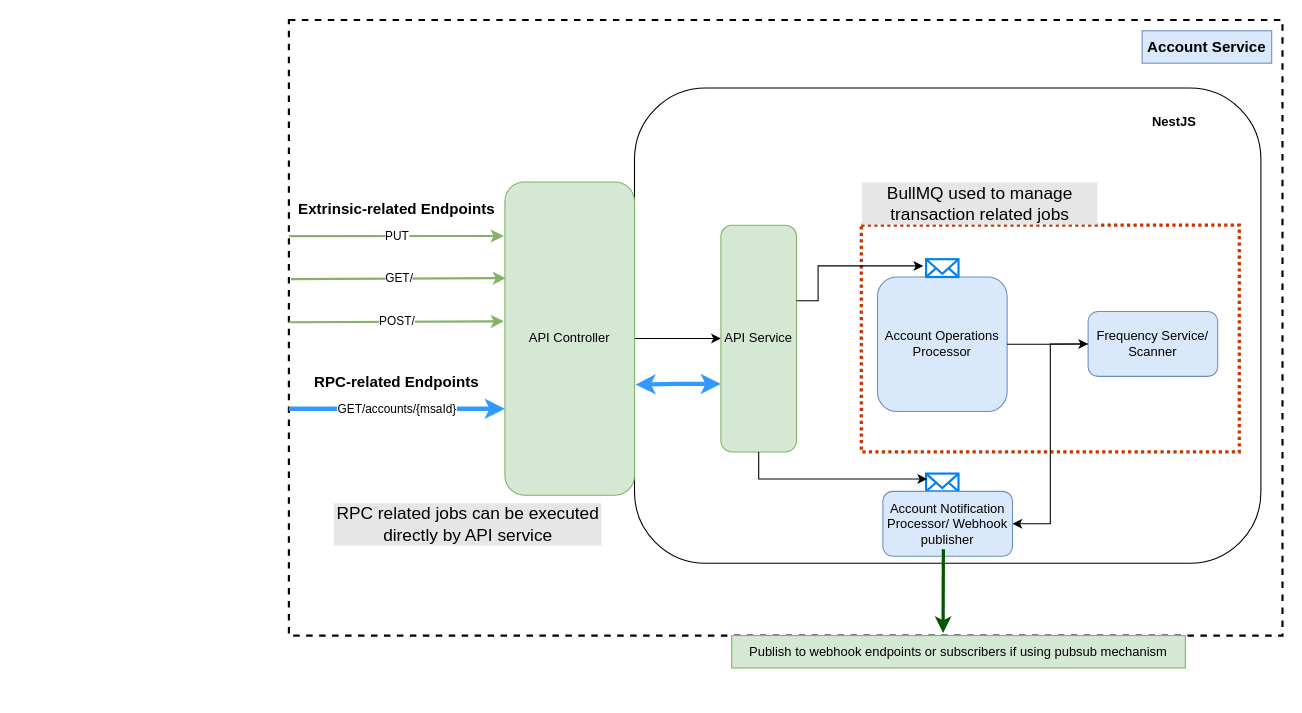
Earlier version of the draw.io diagram docs/account_service_arch.drawio (AmplicaLabs/account-service). Source tidied: cells renumbered, new cells numbered last; positions are measured from the earlier drawing's top-left corner, leaving out a move shared by most shapes. Both pictures are drawn from the tidied source at 108%, with x=0, y=0 at pixel (288, 19).
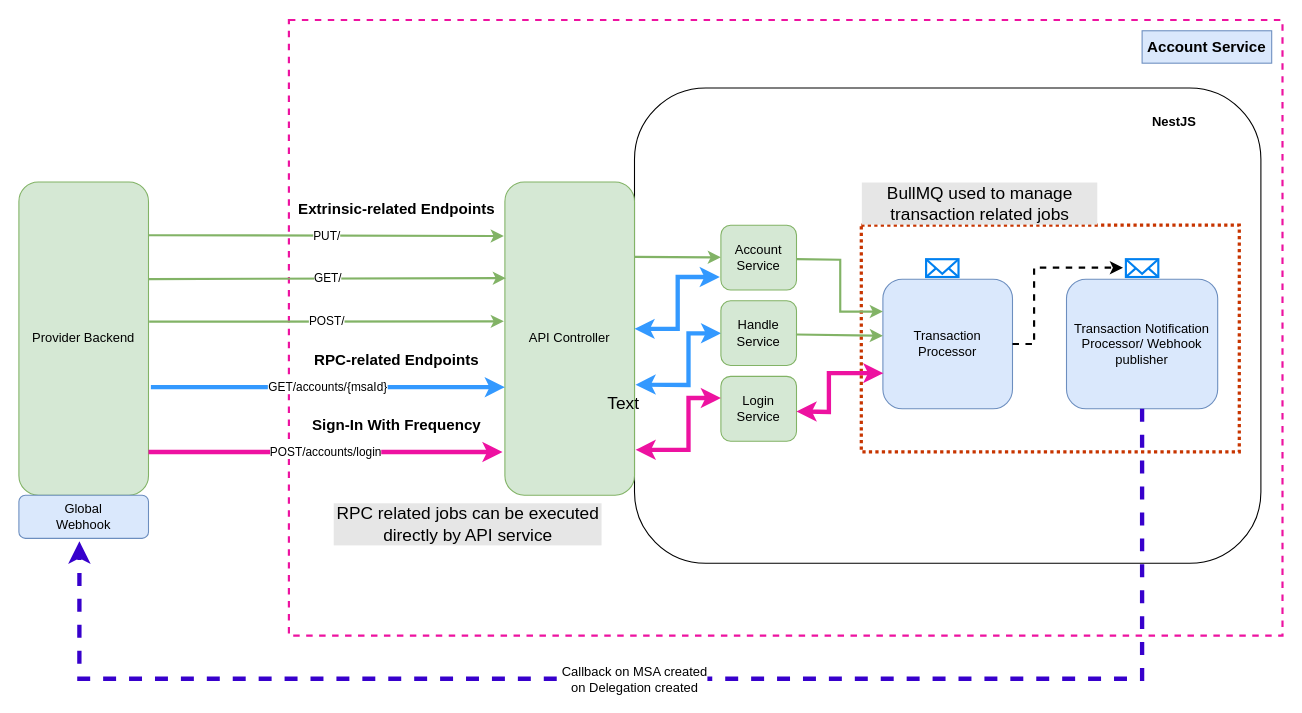
After the change.

Commit message (it also covers changes not shown here):
Update dependencies, add new DTOs and API endpoints, and fix tests and build error

Unchanged cells that the change refers to:
```xml
<mxCell id="9" value="API Controller" style="rounded=1;whiteSpace=wrap;html=1;fillColor=#d5e8d4;strokeColor=#82b366;" parent="1" vertex="1">
  <mxGeometry x="200" y="150" width="120" height="290" as="geometry" />
</mxCell>
<mxCell id="17" style="html=1;verticalLabelPosition=bottom;align=center;labelBackgroundColor=#ffffff;verticalAlign=top;strokeWidth=2;strokeColor=#0080F0;shadow=0;dashed=0;shape=mxgraph.ios7.icons.mail;" parent="1" vertex="1">
  <mxGeometry x="590" y="221.5" width="30" height="16.5" as="geometry" />
</mxCell>
```

What changed in the source:
```diff
@@
+    <mxCell id="3" style="rounded=1;whiteSpace=wrap;html=1;fillColor=none;" parent="1" vertex="1">
+      <mxGeometry x="320" y="63" width="580" height="440" as="geometry" />
+    </mxCell>
-    <mxCell id="2" style="whiteSpace=wrap;html=1;fillColor=none;dashed=1;strokeWidth=2;imageAspect=0;" parent="1" vertex="1">
+    <mxCell id="2" style="whiteSpace=wrap;html=1;fillColor=none;dashed=1;strokeWidth=2;imageAspect=0;strokeColor=#ed12a0;" parent="1" vertex="1">
       <mxGeometry width="920" height="570" as="geometry" />
     </mxCell>
-    <mxCell id="3" style="rounded=1;whiteSpace=wrap;html=1;fillColor=none;" parent="1" vertex="1">
-      <mxGeometry x="320" y="63" width="580" height="440" as="geometry" />
-    </mxCell>
@@
-    <mxCell id="5" value="Account Operations Processor" style="rounded=1;whiteSpace=wrap;html=1;fillColor=#dae8fc;strokeColor=#6c8ebf;" parent="1" vertex="1">
-      <mxGeometry x="545" y="238" width="120" height="124.5" as="geometry" />
+    <mxCell id="5" value="Transaction&lt;div&gt;Processor&lt;/div&gt;" style="rounded=1;whiteSpace=wrap;html=1;fillColor=#dae8fc;strokeColor=#6c8ebf;" parent="1" vertex="1">
+      <mxGeometry x="550" y="240" width="120" height="120" as="geometry" />
     </mxCell>
@@
-    <mxCell id="7" value="PUT" style="endArrow=classic;html=1;rounded=0;fillColor=#d5e8d4;strokeColor=#82b366;strokeWidth=2;exitX=0;exitY=0.351;exitDx=0;exitDy=0;exitPerimeter=0;" parent="1" edge="1" source="2">
+    <mxCell id="7" value="PUT/" style="endArrow=classic;html=1;rounded=0;fillColor=#d5e8d4;strokeColor=#82b366;strokeWidth=2;exitX=0.996;exitY=0.17;exitDx=0;exitDy=0;exitPerimeter=0;" parent="1" edge="1" source="30">
       <mxGeometry relative="1" as="geometry">
         <mxPoint x="199" y="200" as="targetPoint" />
       </mxGeometry>
     </mxCell>
-    <mxCell id="8" style="edgeStyle=orthogonalEdgeStyle;rounded=0;jettySize=auto;html=1;" parent="1" edge="1" source="9" target="14">
+    <mxCell id="8" style="rounded=0;jettySize=auto;html=1;exitX=0.992;exitY=0.239;exitDx=0;exitDy=0;exitPerimeter=0;strokeWidth=2;fillColor=#d5e8d4;strokeColor=#82b366;" parent="1" edge="1" source="9" target="14">
       <mxGeometry relative="1" as="geometry" />
     </mxCell>
@@
-    <mxCell id="10" value="GET/" style="endArrow=classic;html=1;rounded=0;entryX=0.008;entryY=0.307;entryDx=0;entryDy=0;fillColor=#d5e8d4;strokeColor=#82b366;strokeWidth=2;entryPerimeter=0;exitX=0.002;exitY=0.421;exitDx=0;exitDy=0;exitPerimeter=0;" parent="1" edge="1" source="2" target="9">
+    <mxCell id="10" value="GET/" style="endArrow=classic;html=1;rounded=0;entryX=0.008;entryY=0.307;entryDx=0;entryDy=0;fillColor=#d5e8d4;strokeColor=#82b366;strokeWidth=2;entryPerimeter=0;exitX=0.998;exitY=0.31;exitDx=0;exitDy=0;exitPerimeter=0;" parent="1" edge="1" source="30" target="9">
       <mxGeometry relative="1" as="geometry" />
     </mxCell>
-    <mxCell id="11" value="POST/" style="endArrow=classic;html=1;rounded=0;entryX=-0.008;entryY=0.445;entryDx=0;entryDy=0;fillColor=#d5e8d4;strokeColor=#82b366;strokeWidth=2;entryPerimeter=0;exitX=0;exitY=0.491;exitDx=0;exitDy=0;exitPerimeter=0;" parent="1" edge="1" source="2" target="9">
+    <mxCell id="11" value="POST/" style="endArrow=classic;html=1;rounded=0;entryX=-0.008;entryY=0.445;entryDx=0;entryDy=0;fillColor=#d5e8d4;strokeColor=#82b366;strokeWidth=2;entryPerimeter=0;exitX=1.005;exitY=0.446;exitDx=0;exitDy=0;exitPerimeter=0;" parent="1" edge="1" source="30" target="9">
       <mxGeometry relative="1" as="geometry" />
     </mxCell>
-    <mxCell id="12" style="edgeStyle=orthogonalEdgeStyle;rounded=0;jettySize=auto;html=1;entryX=1;entryY=0.5;entryDx=0;entryDy=0;" parent="1" edge="1" source="13" target="20">
-      <mxGeometry relative="1" as="geometry" />
-    </mxCell>
-    <mxCell id="13" value="Frequency Service/ Scanner" style="rounded=1;whiteSpace=wrap;html=1;fillColor=#dae8fc;strokeColor=#6c8ebf;" parent="1" vertex="1">
-      <mxGeometry x="740" y="270" width="120" height="60" as="geometry" />
-    </mxCell>
-    <mxCell id="14" value="API Service" style="rounded=1;whiteSpace=wrap;html=1;fillColor=#d5e8d4;strokeColor=#82b366;" parent="1" vertex="1">
-      <mxGeometry x="400" y="190" width="70" height="210" as="geometry" />
+    <mxCell id="14" value="Account&lt;div&gt;Service&lt;/div&gt;" style="rounded=1;whiteSpace=wrap;html=1;fillColor=#d5e8d4;strokeColor=#82b366;" parent="1" vertex="1">
+      <mxGeometry x="400" y="190" width="70" height="60" as="geometry" />
     </mxCell>
@@
-    <mxCell id="16" style="edgeStyle=orthogonalEdgeStyle;rounded=0;jettySize=auto;html=1;startArrow=classic;startFill=1;endArrow=none;endFill=0;exitX=-0.087;exitY=0.376;exitDx=0;exitDy=0;exitPerimeter=0;" parent="1" edge="1" source="17">
-      <mxGeometry relative="1" as="geometry">
-        <mxPoint x="470" y="260" as="targetPoint" />
-        <Array as="points">
-          <mxPoint x="490" y="228" />
-          <mxPoint x="490" y="260" />
-        </Array>
-      </mxGeometry>
-    </mxCell>
@@
-    <mxCell id="18" style="edgeStyle=orthogonalEdgeStyle;rounded=0;jettySize=auto;html=1;" parent="1" edge="1" source="5" target="13">
-      <mxGeometry relative="1" as="geometry" />
+    <mxCell id="18" style="edgeStyle=orthogonalEdgeStyle;rounded=0;jettySize=auto;html=1;entryX=-0.089;entryY=0.475;entryDx=0;entryDy=0;entryPerimeter=0;strokeWidth=2;dashed=1;" parent="1" edge="1" source="5" target="19">
+      <mxGeometry relative="1" as="geometry">
+        <Array as="points">
+          <mxPoint x="690" y="300" />
+          <mxPoint x="690" y="229" />
+        </Array>
+      </mxGeometry>
     </mxCell>
     <mxCell id="19" style="html=1;verticalLabelPosition=bottom;align=center;labelBackgroundColor=#ffffff;verticalAlign=top;strokeWidth=2;strokeColor=#0080F0;shadow=0;dashed=0;shape=mxgraph.ios7.icons.mail;" parent="1" vertex="1">
-      <mxGeometry x="590" y="420" width="30" height="16.5" as="geometry" />
+      <mxGeometry x="775" y="221.5" width="30" height="16.5" as="geometry" />
     </mxCell>
-    <mxCell id="20" value="Account Notification Processor/ Webhook publisher" style="rounded=1;whiteSpace=wrap;html=1;fillColor=#dae8fc;strokeColor=#6c8ebf;" parent="1" vertex="1">
-      <mxGeometry x="550" y="436.5" width="120" height="60" as="geometry" />
+    <mxCell id="20" value="Transaction Notification Processor/ Webhook publisher" style="rounded=1;whiteSpace=wrap;html=1;fillColor=#dae8fc;strokeColor=#6c8ebf;" parent="1" vertex="1">
+      <mxGeometry x="720" y="240" width="140" height="120" as="geometry" />
     </mxCell>
-    <mxCell id="21" style="endArrow=classic;html=1;rounded=0;exitX=0.568;exitY=-0.002;exitDx=0;exitDy=0;exitPerimeter=0;fillColor=#008a00;strokeColor=#005700;strokeWidth=3;entryX=0.466;entryY=-0.08;entryDx=0;entryDy=0;entryPerimeter=0;" parent="1" edge="1" target="22">
-      <mxGeometry relative="1" as="geometry">
-        <mxPoint x="606" y="490" as="sourcePoint" />
-      </mxGeometry>
-    </mxCell>
-    <mxCell id="22" value="Publish to webhook endpoints or subscribers if using pubsub mechanism" style="text;html=1;strokeColor=#82b366;fillColor=#d5e8d4;align=center;verticalAlign=middle;whiteSpace=wrap;rounded=0;" parent="1" vertex="1">
-      <mxGeometry x="410" y="570" width="420" height="30" as="geometry" />
-    </mxCell>
-    <mxCell id="23" style="edgeStyle=orthogonalEdgeStyle;rounded=0;jettySize=auto;html=1;entryX=0.033;entryY=0.303;entryDx=0;entryDy=0;entryPerimeter=0;exitX=0.5;exitY=1;exitDx=0;exitDy=0;" parent="1" edge="1" source="14" target="19">
-      <mxGeometry relative="1" as="geometry" />
-    </mxCell>
     <mxCell id="24" value="RPC-related Endpoints" style="text;html=1;strokeColor=none;fillColor=none;align=center;verticalAlign=middle;whiteSpace=wrap;rounded=0;fontSize=14;fontStyle=1;" parent="1" vertex="1">
-      <mxGeometry y="320" width="200" height="30" as="geometry" />
+      <mxGeometry y="300" width="200" height="30" as="geometry" />
     </mxCell>
-    <mxCell id="25" value="GET/accounts/{msaId}" style="endArrow=classic;html=1;rounded=0;entryX=-0.008;entryY=0.166;entryDx=0;entryDy=0;fillColor=#d5e8d4;strokeColor=#3399FF;strokeWidth=4;entryPerimeter=0;" parent="1" edge="1">
+    <mxCell id="25" value="GET/accounts/{msaId}" style="endArrow=classic;html=1;rounded=0;entryX=-0.008;entryY=0.166;entryDx=0;entryDy=0;fillColor=#d5e8d4;strokeColor=#3399FF;strokeWidth=4;entryPerimeter=0;exitX=1.018;exitY=0.724;exitDx=0;exitDy=0;exitPerimeter=0;" parent="1" edge="1">
       <mxGeometry relative="1" as="geometry">
-        <mxPoint y="360" as="sourcePoint" />
-        <mxPoint x="200" y="360" as="targetPoint" />
+        <mxPoint x="-127.8" y="340" as="sourcePoint" />
+        <mxPoint x="200" y="340" as="targetPoint" />
       </mxGeometry>
     </mxCell>
@@
-    <mxCell id="27" style="endArrow=classic;startArrow=classic;html=1;rounded=0;fillColor=#d5e8d4;strokeColor=#3399FF;strokeWidth=4;exitX=1.008;exitY=0.647;exitDx=0;exitDy=0;exitPerimeter=0;endFill=1;" parent="1" edge="1" source="9">
+    <mxCell id="27" style="endArrow=classic;startArrow=classic;html=1;rounded=0;fillColor=#d5e8d4;strokeColor=#3399FF;strokeWidth=4;exitX=1.008;exitY=0.647;exitDx=0;exitDy=0;exitPerimeter=0;endFill=1;entryX=0.435;entryY=0.509;entryDx=0;entryDy=0;entryPerimeter=0;edgeStyle=orthogonalEdgeStyle;" parent="1" edge="1" source="9" target="2">
       <mxGeometry relative="1" as="geometry">
-        <mxPoint x="400" y="337" as="targetPoint" />
         <Array as="points">
-          <mxPoint x="360" y="337" />
+          <mxPoint x="330" y="338" />
+          <mxPoint x="370" y="338" />
+          <mxPoint x="370" y="290" />
         </Array>
       </mxGeometry>
     </mxCell>
@@
+    <mxCell id="30" value="Provider Backend" style="rounded=1;whiteSpace=wrap;html=1;fillColor=#d5e8d4;strokeColor=#82b366;" parent="1" vertex="1">
+      <mxGeometry x="-250" y="150" width="120" height="290" as="geometry" />
+    </mxCell>
+    <mxCell id="31" style="endArrow=classic;html=1;rounded=0;fontSize=12;startSize=8;endSize=8;exitX=0.5;exitY=1;exitDx=0;exitDy=0;edgeStyle=orthogonalEdgeStyle;strokeWidth=4;fillColor=#6a00ff;strokeColor=#3700CC;dashed=1;entryX=0.467;entryY=1.069;entryDx=0;entryDy=0;entryPerimeter=0;" parent="1" edge="1" source="20" target="43">
+      <mxGeometry relative="1" as="geometry">
+        <Array as="points">
+          <mxPoint x="790" y="610" />
+          <mxPoint x="-194" y="610" />
+        </Array>
+      </mxGeometry>
+    </mxCell>
+    <mxCell id="32" value="Callback on MSA created&lt;div&gt;on Delegation created&lt;/div&gt;" style="edgeLabel;html=1;align=center;verticalAlign=middle;fontSize=12;" parent="31" vertex="1">
+      <mxGeometry x="0.06" relative="1" as="geometry" />
+    </mxCell>
+    <mxCell id="33" value="Handle&lt;div&gt;Service&lt;/div&gt;" style="rounded=1;whiteSpace=wrap;html=1;fillColor=#d5e8d4;strokeColor=#82b366;" parent="1" vertex="1">
+      <mxGeometry x="400" y="260" width="70" height="60" as="geometry" />
+    </mxCell>
+    <mxCell id="34" value="Login&lt;div&gt;Service&lt;/div&gt;" style="rounded=1;whiteSpace=wrap;html=1;fillColor=#d5e8d4;strokeColor=#82b366;" parent="1" vertex="1">
+      <mxGeometry x="400" y="330" width="70" height="60" as="geometry" />
+    </mxCell>
+    <mxCell id="35" style="endArrow=classic;startArrow=classic;html=1;rounded=0;fillColor=#d5e8d4;strokeColor=#3399FF;strokeWidth=4;exitX=1.008;exitY=0.647;exitDx=0;exitDy=0;exitPerimeter=0;endFill=1;entryX=0.435;entryY=0.509;entryDx=0;entryDy=0;entryPerimeter=0;edgeStyle=orthogonalEdgeStyle;" parent="1" edge="1">
+      <mxGeometry relative="1" as="geometry">
+        <mxPoint x="320" y="286" as="sourcePoint" />
+        <mxPoint x="399" y="238" as="targetPoint" />
+        <Array as="points">
+          <mxPoint x="360" y="286" />
+          <mxPoint x="360" y="238" />
+        </Array>
+      </mxGeometry>
+    </mxCell>
+    <mxCell id="36" style="rounded=0;jettySize=auto;html=1;exitX=0.992;exitY=0.239;exitDx=0;exitDy=0;exitPerimeter=0;strokeWidth=2;fillColor=#d5e8d4;strokeColor=#82b366;entryX=0;entryY=0.25;entryDx=0;entryDy=0;edgeStyle=orthogonalEdgeStyle;" parent="1" edge="1" target="5">
+      <mxGeometry relative="1" as="geometry">
+        <mxPoint x="470" y="221.5" as="sourcePoint" />
+      </mxGeometry>
+    </mxCell>
+    <mxCell id="37" value="POST/accounts/login" style="endArrow=classic;html=1;rounded=0;entryX=-0.008;entryY=0.166;entryDx=0;entryDy=0;fillColor=#e6d0de;strokeColor=#ee11a1;strokeWidth=4;entryPerimeter=0;exitX=1.018;exitY=0.724;exitDx=0;exitDy=0;exitPerimeter=0;gradientColor=#d5739d;" parent="1" edge="1">
+      <mxGeometry relative="1" as="geometry">
+        <mxPoint x="-130" y="400" as="sourcePoint" />
+        <mxPoint x="197.8" y="400" as="targetPoint" />
+      </mxGeometry>
+    </mxCell>
+    <mxCell id="38" value="Sign-In With Frequency" style="text;html=1;strokeColor=none;fillColor=none;align=center;verticalAlign=middle;whiteSpace=wrap;rounded=0;fontSize=14;fontStyle=1;" parent="1" vertex="1">
+      <mxGeometry y="360" width="200" height="30" as="geometry" />
+    </mxCell>
+    <mxCell id="39" style="endArrow=classic;startArrow=classic;html=1;rounded=0;fillColor=#d5e8d4;strokeColor=#ed12a0;strokeWidth=4;exitX=1.008;exitY=0.647;exitDx=0;exitDy=0;exitPerimeter=0;endFill=1;entryX=0.435;entryY=0.509;entryDx=0;entryDy=0;entryPerimeter=0;edgeStyle=orthogonalEdgeStyle;" parent="1" edge="1">
+      <mxGeometry relative="1" as="geometry">
+        <mxPoint x="321" y="398" as="sourcePoint" />
+        <mxPoint x="400" y="350" as="targetPoint" />
+        <Array as="points">
+          <mxPoint x="330" y="398" />
+          <mxPoint x="370" y="398" />
+          <mxPoint x="370" y="350" />
+        </Array>
+      </mxGeometry>
+    </mxCell>
+    <mxCell id="40" style="endArrow=classic;startArrow=classic;html=1;rounded=0;fillColor=#d5e8d4;strokeColor=#ed12a0;strokeWidth=4;exitX=1.008;exitY=0.647;exitDx=0;exitDy=0;exitPerimeter=0;endFill=1;edgeStyle=orthogonalEdgeStyle;entryX=0.004;entryY=0.725;entryDx=0;entryDy=0;entryPerimeter=0;" parent="1" edge="1" target="5">
+      <mxGeometry relative="1" as="geometry">
+        <mxPoint x="470" y="362.5" as="sourcePoint" />
+        <Array as="points">
+          <mxPoint x="479" y="363" />
+          <mxPoint x="500" y="363" />
+          <mxPoint x="500" y="328" />
+        </Array>
+      </mxGeometry>
+    </mxCell>
+    <mxCell id="41" style="rounded=0;jettySize=auto;html=1;exitX=0.992;exitY=0.239;exitDx=0;exitDy=0;exitPerimeter=0;strokeWidth=2;fillColor=#d5e8d4;strokeColor=#82b366;entryX=0;entryY=0.436;entryDx=0;entryDy=0;entryPerimeter=0;" parent="1" edge="1" target="5">
+      <mxGeometry relative="1" as="geometry">
+        <mxPoint x="469.5" y="291.2" as="sourcePoint" />
+      </mxGeometry>
+    </mxCell>
+    <mxCell id="42" value="Text" style="text;strokeColor=none;fillColor=none;html=1;align=center;verticalAlign=middle;whiteSpace=wrap;rounded=0;fontSize=16;" parent="1" vertex="1">
+      <mxGeometry x="280" y="340" width="60" height="30" as="geometry" />
+    </mxCell>
+    <mxCell id="43" value="Global&lt;div&gt;Webhook&lt;/div&gt;" style="rounded=1;whiteSpace=wrap;html=1;fillColor=#dae8fc;strokeColor=#6c8ebf;" parent="1" vertex="1">
+      <mxGeometry x="-250" y="440" width="120" height="40" as="geometry" />
+    </mxCell>
```
